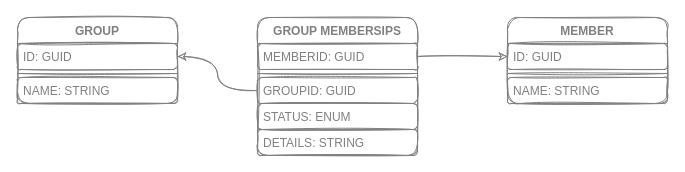
Above: page "0.0.2.0.3 Hybrid Models" (6 of 6) of 0. Introduction/Resources/Purposing Modeling & Simulation.drawio in hassanhabib/The-Standard (draw.io), before the change. Source tidied: cells renumbered, new cells numbered last; positions are measured from the earlier drawing's top-left corner, leaving out a move shared by most shapes. Both pictures are drawn from the tidied source at 100%, with x=0, y=0 at pixel (17, 17).
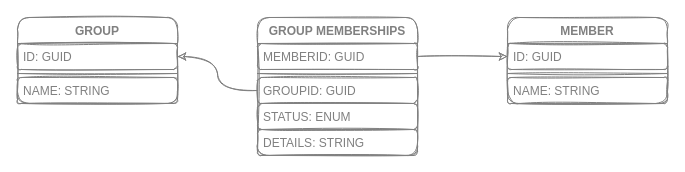
Above is the later version.

Commit message (it also covers changes not shown here):
CODE RUB: Fix Typo in Group Memberships

Change to the diagram source:
```diff
@@
 <mxGraphModel>
   <root>
     <mxCell id="0" />
     <mxCell id="1" parent="0" />
     <mxCell id="2" value="MEMBER" style="swimlane;fontStyle=1;align=center;verticalAlign=top;horizontal=1;startSize=26;sketch=1;rounded=1;strokeColor=#808080;fontColor=#808080;" parent="1" vertex="1">
       <mxGeometry x="490" width="160" height="86" as="geometry" />
     </mxCell>
     <mxCell id="3" value="ID: GUID" style="text;strokeColor=#808080;fillColor=none;align=left;verticalAlign=top;spacingLeft=4;spacingRight=4;overflow=hidden;points=[[0,0.5],[1,0.5]];portConstraint=eastwest;sketch=1;rounded=1;fontColor=#808080;" parent="2" vertex="1">
       <mxGeometry y="26" width="160" height="26" as="geometry" />
     </mxCell>
     <mxCell id="4" style="line;strokeWidth=1;fillColor=none;align=left;verticalAlign=middle;spacingTop=-1;spacingLeft=3;spacingRight=3;labelPosition=right;sketch=1;rounded=1;strokeColor=#808080;fontColor=#808080;" parent="2" vertex="1">
       <mxGeometry y="52" width="160" height="8" as="geometry" />
     </mxCell>
     <mxCell id="5" value="NAME: STRING" style="text;strokeColor=#808080;fillColor=none;align=left;verticalAlign=top;spacingLeft=4;spacingRight=4;overflow=hidden;sketch=1;rounded=1;fontColor=#808080;" parent="2" vertex="1">
       <mxGeometry y="60" width="160" height="26" as="geometry" />
     </mxCell>
     <mxCell id="6" value="GROUP" style="swimlane;fontStyle=1;align=center;verticalAlign=top;horizontal=1;startSize=26;sketch=1;rounded=1;strokeColor=#808080;fontColor=#808080;" parent="1" vertex="1">
       <mxGeometry width="160" height="86" as="geometry" />
     </mxCell>
     <mxCell id="7" value="ID: GUID" style="text;strokeColor=#808080;fillColor=none;align=left;verticalAlign=top;spacingLeft=4;spacingRight=4;overflow=hidden;points=[[0,0.5],[1,0.5]];portConstraint=eastwest;sketch=1;rounded=1;fontColor=#808080;" parent="6" vertex="1">
       <mxGeometry y="26" width="160" height="26" as="geometry" />
     </mxCell>
     <mxCell id="8" style="line;strokeWidth=1;fillColor=none;align=left;verticalAlign=middle;spacingTop=-1;spacingLeft=3;spacingRight=3;labelPosition=right;sketch=1;rounded=1;strokeColor=#808080;fontColor=#808080;" parent="6" vertex="1">
       <mxGeometry y="52" width="160" height="8" as="geometry" />
     </mxCell>
     <mxCell id="9" value="NAME: STRING" style="text;strokeColor=#808080;fillColor=none;align=left;verticalAlign=top;spacingLeft=4;spacingRight=4;overflow=hidden;sketch=1;rounded=1;fontColor=#808080;" parent="6" vertex="1">
       <mxGeometry y="60" width="160" height="26" as="geometry" />
     </mxCell>
-    <mxCell id="10" value="GROUP MEMBERSIPS" style="swimlane;fontStyle=1;align=center;verticalAlign=top;horizontal=1;startSize=26;sketch=1;rounded=1;strokeColor=#808080;fontColor=#808080;" parent="1" vertex="1">
+    <mxCell id="10" value="GROUP MEMBERSHIPS" style="swimlane;fontStyle=1;align=center;verticalAlign=top;horizontal=1;startSize=26;sketch=1;rounded=1;strokeColor=#808080;fontColor=#808080;" parent="1" vertex="1">
       <mxGeometry x="240" width="160" height="138" as="geometry" />
     </mxCell>
     <mxCell id="11" value="MEMBERID: GUID" style="text;strokeColor=#808080;fillColor=none;align=left;verticalAlign=top;spacingLeft=4;spacingRight=4;overflow=hidden;points=[[0,0.5],[1,0.5]];portConstraint=eastwest;sketch=1;rounded=1;fontColor=#808080;" parent="10" vertex="1">
       <mxGeometry y="26" width="160" height="26" as="geometry" />
     </mxCell>
     <mxCell id="12" style="line;strokeWidth=1;fillColor=none;align=left;verticalAlign=middle;spacingTop=-1;spacingLeft=3;spacingRight=3;labelPosition=right;sketch=1;rounded=1;strokeColor=#808080;fontColor=#808080;" parent="10" vertex="1">
       <mxGeometry y="52" width="160" height="8" as="geometry" />
     </mxCell>
     <mxCell id="13" value="GROUPID: GUID" style="text;strokeColor=#808080;fillColor=none;align=left;verticalAlign=top;spacingLeft=4;spacingRight=4;overflow=hidden;points=[[0,0.5],[1,0.5]];portConstraint=eastwest;sketch=1;rounded=1;fontColor=#808080;" parent="10" vertex="1">
       <mxGeometry y="60" width="160" height="26" as="geometry" />
     </mxCell>
     <mxCell id="14" value="STATUS: ENUM" style="text;strokeColor=#808080;fillColor=none;align=left;verticalAlign=top;spacingLeft=4;spacingRight=4;overflow=hidden;sketch=1;rounded=1;fontColor=#808080;" parent="10" vertex="1">
       <mxGeometry y="86" width="160" height="26" as="geometry" />
     </mxCell>
     <mxCell id="15" value="DETAILS: STRING" style="text;strokeColor=#808080;fillColor=none;align=left;verticalAlign=top;spacingLeft=4;spacingRight=4;overflow=hidden;sketch=1;rounded=1;fontColor=#808080;" parent="10" vertex="1">
       <mxGeometry y="112" width="160" height="26" as="geometry" />
     </mxCell>
     <mxCell id="16" style="edgeStyle=orthogonalEdgeStyle;rounded=0;jettySize=auto;html=1;entryX=0;entryY=0.5;entryDx=0;entryDy=0;sketch=1;curved=1;strokeColor=#808080;" parent="1" edge="1" source="11" target="3">
       <mxGeometry relative="1" as="geometry" />
     </mxCell>
     <mxCell id="17" style="edgeStyle=orthogonalEdgeStyle;rounded=0;jettySize=auto;html=1;entryX=1;entryY=0.5;entryDx=0;entryDy=0;sketch=1;curved=1;strokeColor=#808080;" parent="1" edge="1" source="13" target="7">
       <mxGeometry relative="1" as="geometry" />
     </mxCell>
   </root>
 </mxGraphModel>
```
